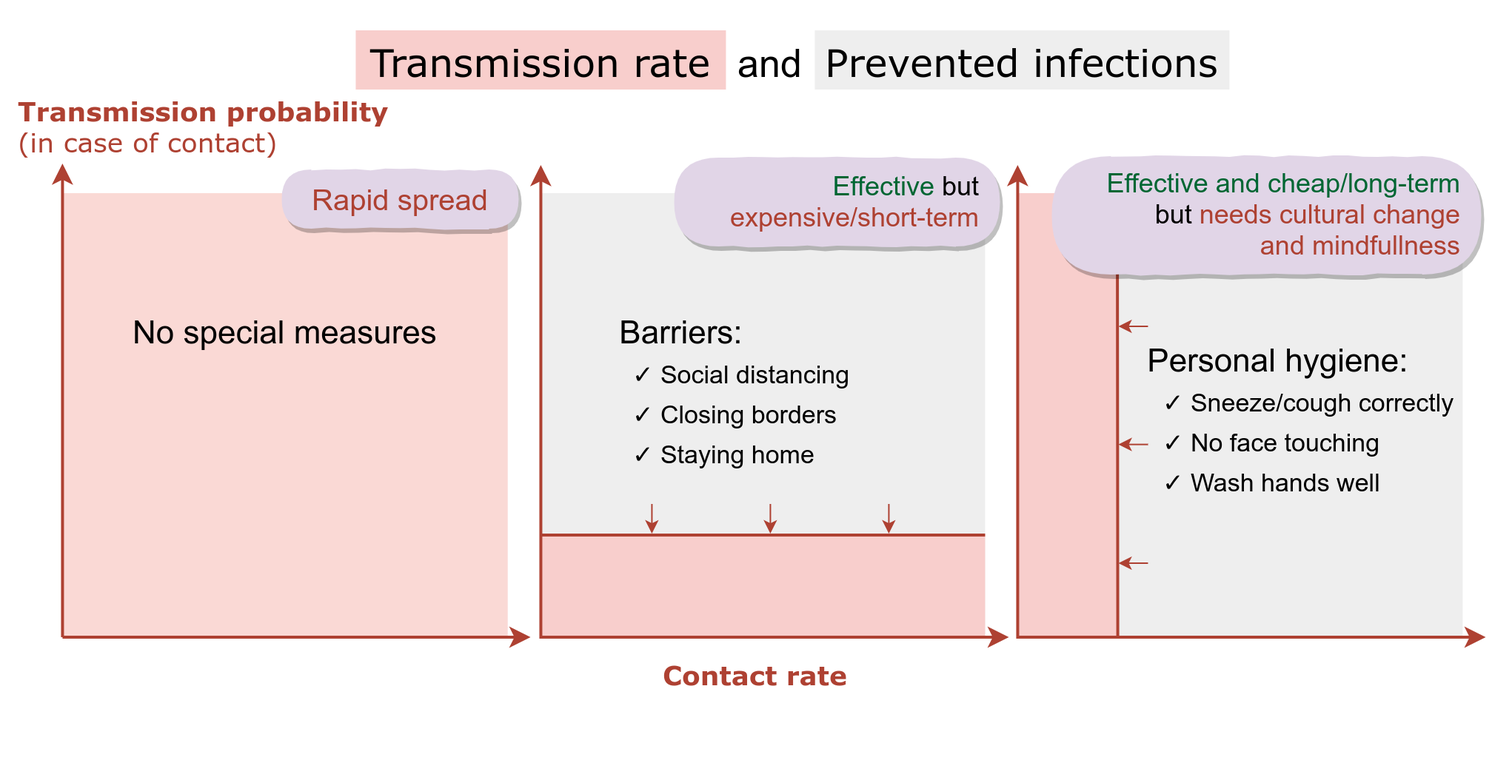
The draw.io diagram sneeze/measures.png in pesho-ivanov/pesho-ivanov.github.io, before a commit. Source tidied: cells renumbered, new cells last; positions are measured from the earlier drawing's top-left corner, leaving out a move shared by most shapes. Its diagram source:
```xml
<mxGraphModel>
  <root>
    <mxCell id="0" />
    <mxCell id="1" parent="0" />
    <mxCell id="2" style="rounded=0;whiteSpace=wrap;shadow=0;glass=0;comic=0;strokeColor=none;strokeWidth=1;fontSize=18;" parent="1" vertex="1">
      <mxGeometry x="-0.3" width="1020" height="480" as="geometry" />
    </mxCell>
    <mxCell id="3" value="Contact rate" style="text;align=center;verticalAlign=middle;fillColor=none;strokeColor=none;rounded=0;fontSize=18;fontColor=#AE4132;fontFamily=Verdana;fontStyle=1;" parent="1" vertex="1">
      <mxGeometry x="439.7" y="440" width="140" height="30" as="geometry" />
    </mxCell>
    <mxCell id="4" style="group;" parent="1" vertex="1">
      <mxGeometry x="259.7" y="20" width="555" height="40" as="geometry" />
    </mxCell>
    <mxCell id="5" value="Transmission rate" style="text;align=center;verticalAlign=middle;fillColor=#f8cecc;strokeColor=none;rounded=0;fontSize=26;fontFamily=Verdana;" parent="4" vertex="1">
      <mxGeometry x="-20" width="250" height="40" as="geometry" />
    </mxCell>
    <mxCell id="6" value="Prevented infections" style="text;align=center;verticalAlign=middle;fillColor=#eeeeee;strokeColor=none;rounded=0;fontSize=26;fontFamily=Verdana;" parent="4" vertex="1">
      <mxGeometry x="290" width="280" height="40" as="geometry" />
    </mxCell>
    <mxCell id="7" value="and" style="text;align=center;verticalAlign=middle;fillColor=none;strokeColor=none;rounded=0;fontSize=26;" parent="4" vertex="1">
      <mxGeometry x="230" width="60" height="40" as="geometry" />
    </mxCell>
    <mxCell id="8" style="group;" parent="1" vertex="1">
      <mxGeometry x="554.7" y="120" width="462.5" height="310" as="geometry" />
    </mxCell>
    <mxCell id="9" style="rounded=0;whiteSpace=wrap;fillColor=#eeeeee;strokeColor=none;rotation=90;" parent="8" vertex="1">
      <mxGeometry x="132.5" y="10" width="300" height="300" as="geometry" />
    </mxCell>
    <mxCell id="10" style="rounded=0;whiteSpace=wrap;fillColor=#f8cecc;strokeColor=none;rotation=90;strokeWidth=2;" parent="8" vertex="1">
      <mxGeometry x="16.2" y="126.2" width="300" height="67.5" as="geometry" />
    </mxCell>
    <mxCell id="11" style="endArrow=classic;strokeColor=#AE4132;" parent="8" edge="1">
      <mxGeometry relative="1" as="geometry">
        <mxPoint x="220" y="100" as="sourcePoint" />
        <mxPoint x="200" y="100" as="targetPoint" />
      </mxGeometry>
    </mxCell>
    <mxCell id="12" style="endArrow=classic;strokeColor=#AE4132;" parent="8" edge="1">
      <mxGeometry relative="1" as="geometry">
        <mxPoint x="220" y="260" as="sourcePoint" />
        <mxPoint x="200" y="260" as="targetPoint" />
      </mxGeometry>
    </mxCell>
    <mxCell id="13" style="endArrow=classic;strokeColor=#AE4132;" parent="8" edge="1">
      <mxGeometry relative="1" as="geometry">
        <mxPoint x="220" y="179.8" as="sourcePoint" />
        <mxPoint x="200" y="179.8" as="targetPoint" />
      </mxGeometry>
    </mxCell>
    <mxCell id="14" style="group;" parent="8" vertex="1">
      <mxGeometry x="228" y="120" width="230" height="119.3" as="geometry" />
    </mxCell>
    <mxCell id="15" value="&lt;p style=&quot;line-height: 160%&quot;&gt;✓&amp;nbsp;Sneeze/cough correctly&lt;br&gt;✓&amp;nbsp;No face touching&lt;br&gt;✓ Wash hands well&lt;br&gt;&lt;/p&gt;" style="text;align=left;verticalAlign=middle;fillColor=none;strokeColor=none;rounded=0;rotation=0;fontSize=17;fontColor=#000000;labelBorderColor=none;html=1;" parent="14" vertex="1">
      <mxGeometry y="-0.7" width="210" height="120" as="geometry" />
    </mxCell>
    <mxCell id="16" value="Personal hygiene:&#10;" style="text;align=center;verticalAlign=middle;fillColor=none;strokeColor=none;rounded=0;fontSize=22;" parent="14" vertex="1">
      <mxGeometry x="-15" y="-1" width="190" height="30" as="geometry" />
    </mxCell>
    <mxCell id="17" style="endArrow=none;html=1;strokeColor=#AE4132;strokeWidth=2;fontFamily=Verdana;fontSize=19;fontColor=#B5739D;entryX=0;entryY=0;entryDx=0;entryDy=0;" parent="8" edge="1">
      <mxGeometry relative="1" as="geometry">
        <mxPoint x="199.6" y="310" as="sourcePoint" />
        <mxPoint x="199.3" y="11" as="targetPoint" />
      </mxGeometry>
    </mxCell>
    <mxCell id="18" style="group;" parent="1" vertex="1">
      <mxGeometry x="354.7" y="99" width="320" height="426" as="geometry" />
    </mxCell>
    <mxCell id="19" style="rounded=0;whiteSpace=wrap;fillColor=#eeeeee;strokeColor=none;rotation=-90;" parent="18" vertex="1">
      <mxGeometry x="10" y="31" width="300" height="300" as="geometry" />
    </mxCell>
    <mxCell id="20" style="rounded=0;whiteSpace=wrap;fillColor=#f8cecc;strokeColor=none;rotation=-90;strokeWidth=2;" parent="18" vertex="1">
      <mxGeometry x="125" y="146" width="70" height="300" as="geometry" />
    </mxCell>
    <mxCell id="21" value="&lt;font color=&quot;#006633&quot;&gt;Effective&lt;/font&gt; but&amp;nbsp;&amp;nbsp;&lt;br&gt;&lt;font color=&quot;#ae4132&quot;&gt;expensive/short-term&lt;/font&gt;&amp;nbsp;&amp;nbsp;" style="whiteSpace=wrap;rounded=1;arcSize=50;align=right;verticalAlign=middle;strokeWidth=1;spacing=4;fillColor=#e1d5e7;fontSize=18;strokeColor=none;comic=1;glass=0;shadow=1;perimeterSpacing=0;html=1;" parent="18" vertex="1">
      <mxGeometry x="100" y="7" width="220" height="60" as="geometry" />
    </mxCell>
    <mxCell id="22" style="endArrow=classic;strokeColor=#AE4132;" parent="18" edge="1">
      <mxGeometry relative="1" as="geometry">
        <mxPoint x="85" y="241" as="sourcePoint" />
        <mxPoint x="85" y="261" as="targetPoint" />
      </mxGeometry>
    </mxCell>
    <mxCell id="23" style="endArrow=classic;strokeColor=#AE4132;" parent="18" edge="1">
      <mxGeometry relative="1" as="geometry">
        <mxPoint x="165" y="241" as="sourcePoint" />
        <mxPoint x="165" y="261" as="targetPoint" />
      </mxGeometry>
    </mxCell>
    <mxCell id="24" style="endArrow=classic;strokeColor=#AE4132;" parent="18" edge="1">
      <mxGeometry relative="1" as="geometry">
        <mxPoint x="245" y="241" as="sourcePoint" />
        <mxPoint x="245" y="261" as="targetPoint" />
      </mxGeometry>
    </mxCell>
    <mxCell id="25" style="group;" parent="18" vertex="1">
      <mxGeometry x="70" y="116" width="180" height="125" as="geometry" />
    </mxCell>
    <mxCell id="26" value="&lt;p style=&quot;line-height: 160%&quot;&gt;✓ Social distancing&lt;br&gt;✓ Closing borders&lt;br&gt;✓ Staying home&lt;br&gt;&lt;/p&gt;" style="text;align=left;verticalAlign=middle;fillColor=none;strokeColor=none;rounded=0;fontSize=17;html=1;" parent="25" vertex="1">
      <mxGeometry y="5" width="160" height="120" as="geometry" />
    </mxCell>
    <mxCell id="27" style="endArrow=none;html=1;strokeColor=#AE4132;strokeWidth=2;fontFamily=Verdana;fontSize=19;fontColor=#B5739D;entryX=1;entryY=1;entryDx=0;entryDy=0;" parent="18" edge="1">
      <mxGeometry relative="1" as="geometry">
        <mxPoint x="10" y="262" as="sourcePoint" />
        <mxPoint x="310" y="262" as="targetPoint" />
      </mxGeometry>
    </mxCell>
    <mxCell id="28" value="&lt;font color=&quot;#006633&quot;&gt;Effective and cheap/long-term&lt;/font&gt;&amp;nbsp;&amp;nbsp;&lt;br&gt;but &lt;font color=&quot;#ae4132&quot;&gt;needs cultural change&amp;nbsp;&amp;nbsp;&lt;br&gt;and mindfullness&lt;/font&gt;&amp;nbsp;&amp;nbsp;" style="whiteSpace=wrap;rounded=1;arcSize=50;align=right;verticalAlign=middle;strokeWidth=1;spacing=4;dashed=1;fillColor=#e1d5e7;fontSize=18;strokeColor=none;comic=1;shadow=1;html=1;" parent="1" vertex="1">
      <mxGeometry x="709.7" y="105" width="290" height="80" as="geometry" />
    </mxCell>
    <mxCell id="29" style="group;rotation=90;fillColor=#f8cecc;strokeColor=none;strokeWidth=3;" parent="1" vertex="1">
      <mxGeometry x="42.2" y="130" width="300" height="300" as="geometry" />
    </mxCell>
    <mxCell id="30" style="rounded=0;whiteSpace=wrap;fillColor=#fad9d5;strokeColor=none;rotation=90;strokeWidth=2;" parent="29" vertex="1">
      <mxGeometry width="300" height="300" as="geometry" />
    </mxCell>
    <mxCell id="31" value="No special measures&#10;" style="text;align=center;verticalAlign=middle;fillColor=none;strokeColor=none;rounded=0;fontSize=22;" parent="29" vertex="1">
      <mxGeometry x="40" y="90" width="220" height="30" as="geometry" />
    </mxCell>
    <mxCell id="32" value="&lt;font color=&quot;#ae4132&quot;&gt;Rapid spread&lt;/font&gt;" style="whiteSpace=wrap;rounded=1;arcSize=50;align=center;verticalAlign=middle;strokeWidth=2;spacing=4;dashed=1;fillColor=#e1d5e7;fontSize=20;strokeColor=none;comic=1;shadow=1;html=1;" parent="1" vertex="1">
      <mxGeometry x="189.7" y="114" width="160" height="40" as="geometry" />
    </mxCell>
    <mxCell id="33" style="endArrow=classic;fontSize=18;strokeColor=#AE4132;strokeWidth=2;endSize=8;" parent="1" edge="1">
      <mxGeometry relative="1" as="geometry">
        <mxPoint x="41.7" y="430" as="sourcePoint" />
        <mxPoint x="357.7" y="430" as="targetPoint" />
      </mxGeometry>
    </mxCell>
    <mxCell id="34" style="endArrow=classic;fontSize=18;strokeColor=#AE4132;strokeWidth=2;endSize=8;" parent="1" edge="1">
      <mxGeometry relative="1" as="geometry">
        <mxPoint x="41.7" y="430" as="sourcePoint" />
        <mxPoint x="41.7" y="110" as="targetPoint" />
      </mxGeometry>
    </mxCell>
    <mxCell id="35" style="endArrow=classic;fontSize=18;strokeColor=#AE4132;strokeWidth=2;endSize=8;" parent="1" edge="1">
      <mxGeometry relative="1" as="geometry">
        <mxPoint x="364.7" y="430" as="sourcePoint" />
        <mxPoint x="680.7" y="430" as="targetPoint" />
      </mxGeometry>
    </mxCell>
    <mxCell id="36" style="endArrow=classic;fontSize=18;strokeColor=#AE4132;strokeWidth=2;endSize=8;" parent="1" edge="1">
      <mxGeometry relative="1" as="geometry">
        <mxPoint x="364.7" y="431" as="sourcePoint" />
        <mxPoint x="364.7" y="111" as="targetPoint" />
      </mxGeometry>
    </mxCell>
    <mxCell id="37" style="endArrow=classic;fontSize=18;strokeColor=#AE4132;strokeWidth=2;endSize=8;" parent="1" edge="1">
      <mxGeometry relative="1" as="geometry">
        <mxPoint x="686.7" y="430" as="sourcePoint" />
        <mxPoint x="1002.7" y="430" as="targetPoint" />
      </mxGeometry>
    </mxCell>
    <mxCell id="38" style="endArrow=classic;fontSize=18;strokeColor=#AE4132;strokeWidth=2;endSize=8;" parent="1" edge="1">
      <mxGeometry relative="1" as="geometry">
        <mxPoint x="686.7" y="431" as="sourcePoint" />
        <mxPoint x="686.7" y="111" as="targetPoint" />
      </mxGeometry>
    </mxCell>
    <mxCell id="39" value="Transmission probability&lt;br&gt;&lt;span style=&quot;font-weight: normal&quot;&gt;(in case of contact)&lt;/span&gt;" style="text;align=left;verticalAlign=middle;fillColor=none;strokeColor=none;rounded=0;rotation=0;horizontal=1;fontSize=18;fontColor=#AE4132;fontFamily=Verdana;fontStyle=1;html=1;" parent="1" vertex="1">
      <mxGeometry x="9.7" y="60" width="270" height="50" as="geometry" />
    </mxCell>
    <mxCell id="40" style="edgeStyle=orthogonalEdgeStyle;rounded=0;orthogonalLoop=1;jettySize=auto;exitX=0.5;exitY=1;exitDx=0;exitDy=0;endSize=8;strokeColor=#AE4132;strokeWidth=2;fontSize=20;fontColor=#AE4132;" parent="1" edge="1" source="2" target="2">
      <mxGeometry relative="1" as="geometry" />
    </mxCell>
    <mxCell id="41" value="Barriers:" style="text;align=center;verticalAlign=middle;fillColor=none;strokeColor=none;rounded=0;fontSize=22;" parent="1" vertex="1">
      <mxGeometry x="409.7" y="207" width="100" height="30" as="geometry" />
    </mxCell>
  </root>
</mxGraphModel>
```
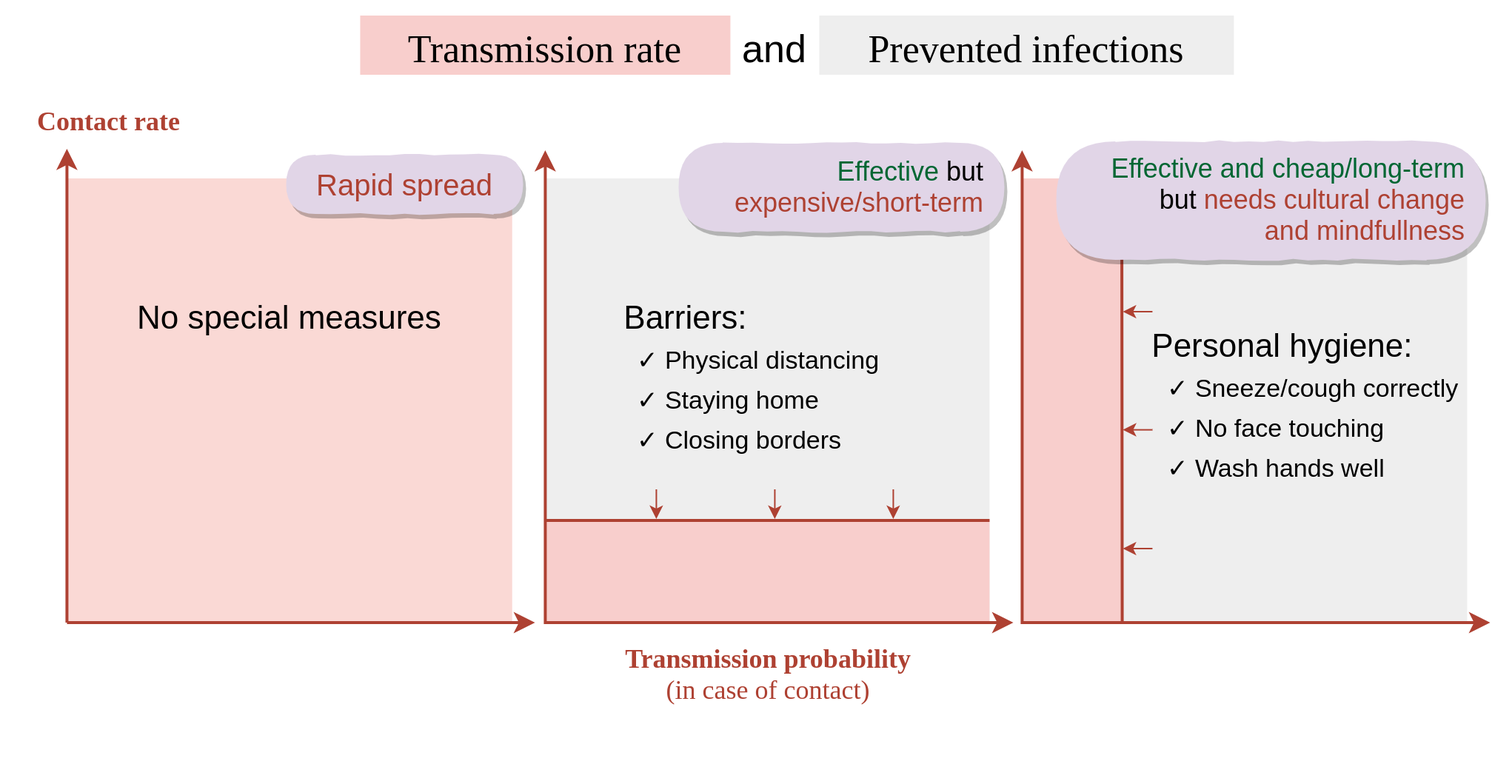
Above is the later version.

The edit, as a diff of the source:
```diff
@@ -3,10 +3,10 @@
     <mxCell id="0" />
     <mxCell id="1" parent="0" />
     <mxCell id="2" style="rounded=0;whiteSpace=wrap;shadow=0;glass=0;comic=0;strokeColor=none;strokeWidth=1;fontSize=18;" parent="1" vertex="1">
-      <mxGeometry x="-0.3" width="1020" height="480" as="geometry" />
+      <mxGeometry x="-2.8" y="10" width="1020" height="480" as="geometry" />
     </mxCell>
-    <mxCell id="3" value="Contact rate" style="text;align=center;verticalAlign=middle;fillColor=none;strokeColor=none;rounded=0;fontSize=18;fontColor=#AE4132;fontFamily=Verdana;fontStyle=1;" parent="1" vertex="1">
-      <mxGeometry x="439.7" y="440" width="140" height="30" as="geometry" />
+    <mxCell id="3" value="Contact rate" style="text;align=left;verticalAlign=middle;fillColor=none;strokeColor=none;rounded=0;fontSize=18;fontColor=#AE4132;fontFamily=Verdana;fontStyle=1;" parent="1" vertex="1">
+      <mxGeometry x="20" y="75" width="140" height="30" as="geometry" />
     </mxCell>
     <mxCell id="4" style="group;" parent="1" vertex="1">
       <mxGeometry x="259.7" y="20" width="555" height="40" as="geometry" />
@@ -95,8 +95,8 @@
     <mxCell id="25" style="group;" parent="18" vertex="1">
       <mxGeometry x="70" y="116" width="180" height="125" as="geometry" />
     </mxCell>
-    <mxCell id="26" value="&lt;p style=&quot;line-height: 160%&quot;&gt;✓ Social distancing&lt;br&gt;✓ Closing borders&lt;br&gt;✓ Staying home&lt;br&gt;&lt;/p&gt;" style="text;align=left;verticalAlign=middle;fillColor=none;strokeColor=none;rounded=0;fontSize=17;html=1;" parent="25" vertex="1">
-      <mxGeometry y="5" width="160" height="120" as="geometry" />
+    <mxCell id="26" value="&lt;p style=&quot;line-height: 160%&quot;&gt;✓ Physical distancing&lt;br&gt;✓ Staying home&lt;br&gt;✓ Closing borders&lt;br&gt;&lt;/p&gt;" style="text;align=left;verticalAlign=middle;fillColor=none;strokeColor=none;rounded=0;fontSize=17;html=1;" parent="25" vertex="1">
+      <mxGeometry y="5" width="180" height="120" as="geometry" />
     </mxCell>
     <mxCell id="27" style="endArrow=none;html=1;strokeColor=#AE4132;strokeWidth=2;fontFamily=Verdana;fontSize=19;fontColor=#B5739D;entryX=1;entryY=1;entryDx=0;entryDy=0;" parent="18" edge="1">
       <mxGeometry relative="1" as="geometry">
@@ -104,6 +104,9 @@
         <mxPoint x="310" y="262" as="targetPoint" />
       </mxGeometry>
     </mxCell>
+    <mxCell id="39" value="Transmission probability&lt;br&gt;&lt;span style=&quot;font-weight: normal&quot;&gt;(in case of contact)&lt;/span&gt;" style="text;align=center;verticalAlign=middle;fillColor=none;strokeColor=none;rounded=0;rotation=0;horizontal=1;fontSize=18;fontColor=#AE4132;fontFamily=Verdana;fontStyle=1;html=1;" parent="18" vertex="1">
+      <mxGeometry x="25" y="341" width="270" height="50" as="geometry" />
+    </mxCell>
     <mxCell id="28" value="&lt;font color=&quot;#006633&quot;&gt;Effective and cheap/long-term&lt;/font&gt;&amp;nbsp;&amp;nbsp;&lt;br&gt;but &lt;font color=&quot;#ae4132&quot;&gt;needs cultural change&amp;nbsp;&amp;nbsp;&lt;br&gt;and mindfullness&lt;/font&gt;&amp;nbsp;&amp;nbsp;" style="whiteSpace=wrap;rounded=1;arcSize=50;align=right;verticalAlign=middle;strokeWidth=1;spacing=4;dashed=1;fillColor=#e1d5e7;fontSize=18;strokeColor=none;comic=1;shadow=1;html=1;" parent="1" vertex="1">
       <mxGeometry x="709.7" y="105" width="290" height="80" as="geometry" />
     </mxCell>
@@ -155,9 +158,6 @@
         <mxPoint x="686.7" y="111" as="targetPoint" />
       </mxGeometry>
     </mxCell>
-    <mxCell id="39" value="Transmission probability&lt;br&gt;&lt;span style=&quot;font-weight: normal&quot;&gt;(in case of contact)&lt;/span&gt;" style="text;align=left;verticalAlign=middle;fillColor=none;strokeColor=none;rounded=0;rotation=0;horizontal=1;fontSize=18;fontColor=#AE4132;fontFamily=Verdana;fontStyle=1;html=1;" parent="1" vertex="1">
-      <mxGeometry x="9.7" y="60" width="270" height="50" as="geometry" />
-    </mxCell>
     <mxCell id="40" style="edgeStyle=orthogonalEdgeStyle;rounded=0;orthogonalLoop=1;jettySize=auto;exitX=0.5;exitY=1;exitDx=0;exitDy=0;endSize=8;strokeColor=#AE4132;strokeWidth=2;fontSize=20;fontColor=#AE4132;" parent="1" edge="1" source="2" target="2">
       <mxGeometry relative="1" as="geometry" />
     </mxCell>
```
